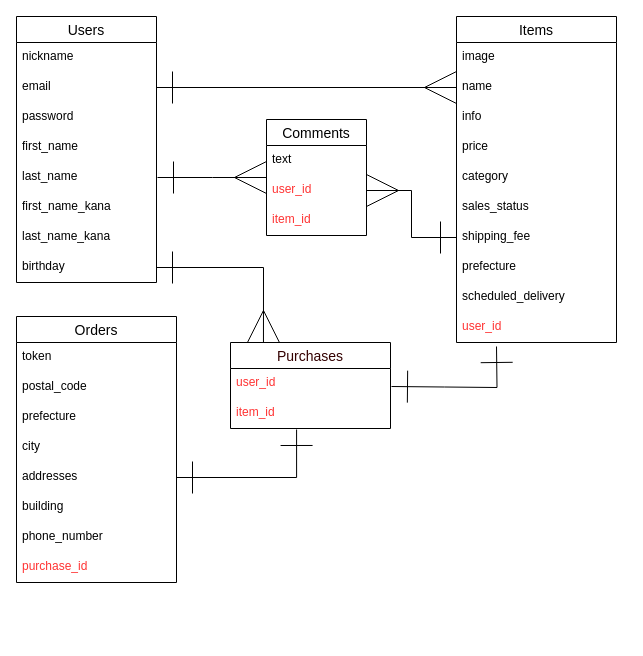
Above: config/ER.dio in yatto17/furima-35905 (draw.io), before the change. Source tidied: cells renumbered, new cells numbered last; positions are measured from the earlier drawing's top-left corner, leaving out a move shared by most shapes. Both pictures are drawn from the tidied source at 100%, with x=0, y=0 at pixel (16, 16).
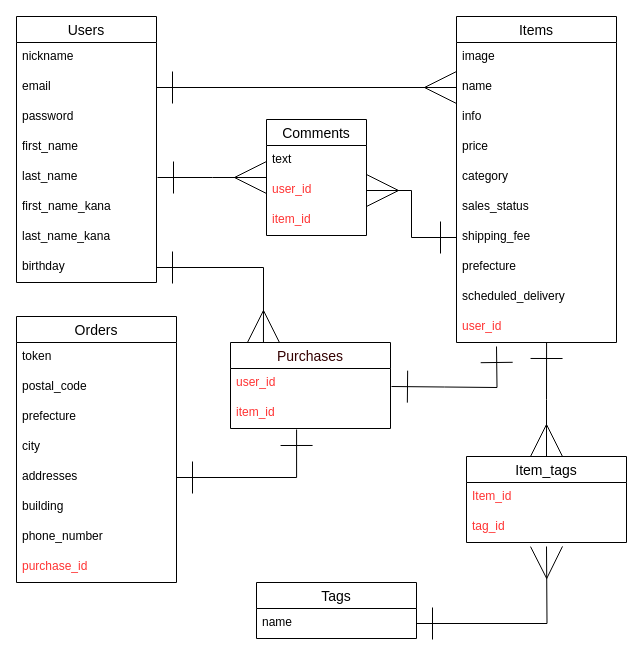
The same page after the edit.

Commit message (it also covers changes not shown here):
ER図・READMEの更新

Unchanged cells that the change refers to:
```xml
<mxCell id="21" value="user_id" style="text;strokeColor=none;fillColor=none;spacingLeft=4;spacingRight=4;overflow=hidden;points=[[0,0.5],[1,0.5]];portConstraint=eastwest;fontSize=12;fontColor=#FF3333;" parent="11" vertex="1">
  <mxGeometry y="296" width="160" height="30" as="geometry" />
</mxCell>
```

Change to the diagram source:
```diff
@@
+    <mxCell id="44" style="edgeStyle=orthogonalEdgeStyle;rounded=0;jettySize=auto;html=1;entryX=0.563;entryY=1;entryDx=0;entryDy=0;entryPerimeter=0;endArrow=ERone;endFill=0;startArrow=ERmany;startFill=0;endSize=30;startSize=30;" parent="1" edge="1" source="45" target="21">
+      <mxGeometry relative="1" as="geometry" />
+    </mxCell>
+    <mxCell id="45" value="Item_tags" style="swimlane;fontStyle=0;horizontal=1;startSize=26;align=center;fontSize=14;" parent="1" vertex="1">
+      <mxGeometry x="450" y="440" width="160" height="86" as="geometry" />
+    </mxCell>
+    <mxCell id="46" value="Item_id" style="text;strokeColor=none;fillColor=none;spacingLeft=4;spacingRight=4;overflow=hidden;fontSize=12;fontColor=#FF3333;" parent="45" vertex="1">
+      <mxGeometry y="26" width="160" height="30" as="geometry" />
+    </mxCell>
+    <mxCell id="47" value="tag_id" style="text;strokeColor=none;fillColor=none;spacingLeft=4;spacingRight=4;overflow=hidden;fontSize=12;fontColor=#FF3333;" parent="45" vertex="1">
+      <mxGeometry y="56" width="160" height="30" as="geometry" />
+    </mxCell>
+    <mxCell id="48" style="edgeStyle=orthogonalEdgeStyle;rounded=0;jettySize=auto;html=1;startArrow=ERone;startFill=0;endArrow=ERmany;endFill=0;endSize=30;startSize=30;exitX=1;exitY=0.5;exitDx=0;exitDy=0;" parent="1" edge="1" source="50">
+      <mxGeometry relative="1" as="geometry">
+        <mxPoint x="530" y="530" as="targetPoint" />
+      </mxGeometry>
+    </mxCell>
+    <mxCell id="49" value="Tags" style="swimlane;fontStyle=0;horizontal=1;startSize=26;align=center;fontSize=14;" parent="1" vertex="1">
+      <mxGeometry x="240" y="566" width="160" height="56" as="geometry" />
+    </mxCell>
+    <mxCell id="50" value="name" style="text;strokeColor=none;fillColor=none;spacingLeft=4;spacingRight=4;overflow=hidden;points=[[0,0.5],[1,0.5]];portConstraint=eastwest;fontSize=12;" parent="49" vertex="1">
+      <mxGeometry y="26" width="160" height="30" as="geometry" />
+    </mxCell>
```
